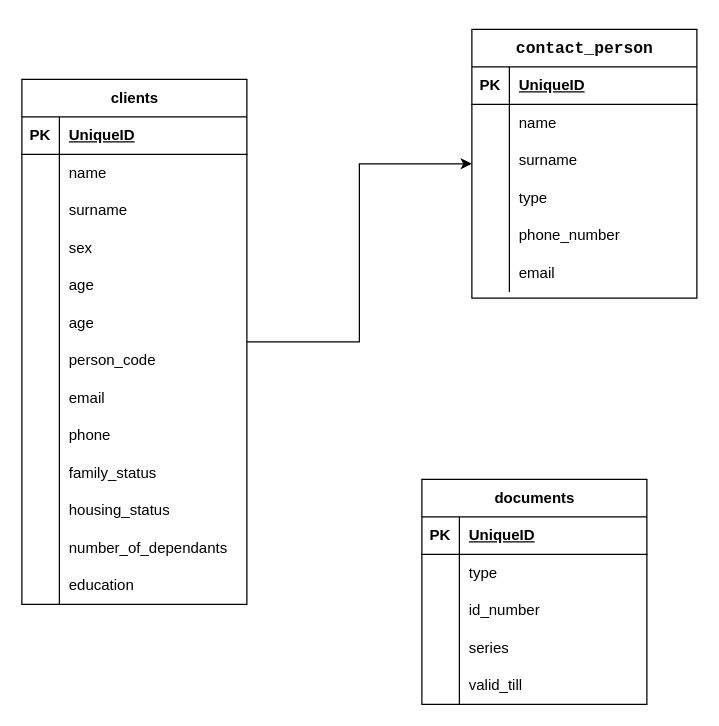
The draw.io diagram Untitled Diagram(2).drawio in LA-87/diagram, before the edit. Source tidied: cells renumbered, new cells numbered last; positions are measured from the earlier drawing's top-left corner, leaving out a move shared by most shapes. Both pictures are drawn from the tidied source at 125%, with x=0, y=0 at pixel (21, 29).
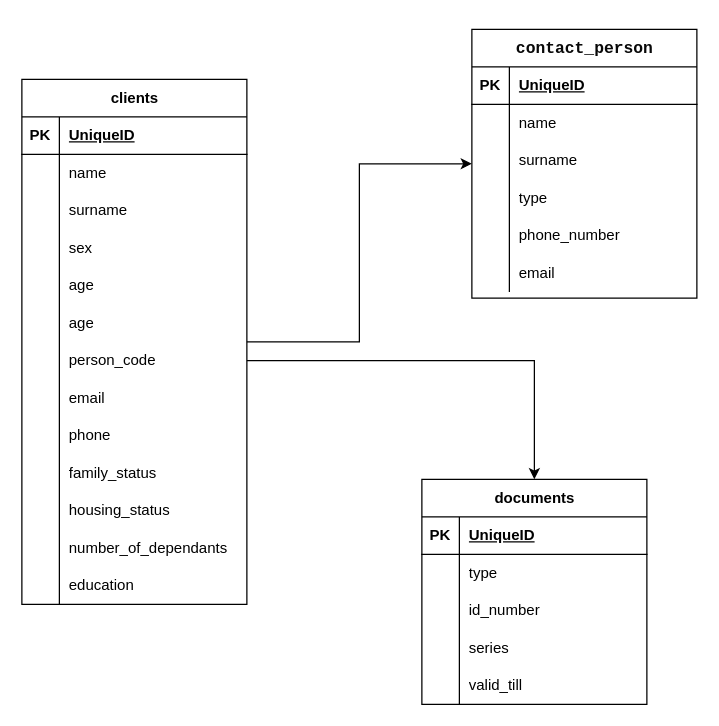
The same diagram, later.

The change refers to these unchanged cells:
```xml
<mxCell id="22" style="shape=tableRow;horizontal=0;startSize=0;swimlaneHead=0;swimlaneBody=0;fillColor=none;points=[[0,0.5],[1,0.5]];portConstraint=eastwest;top=0;left=0;right=0;bottom=0;" parent="3" vertex="1">
  <mxGeometry y="210" width="180" height="30" as="geometry" />
</mxCell>
<mxCell id="62" value="documents" style="shape=table;startSize=30;childLayout=tableLayout;rowLines=0;fontStyle=1;align=center;html=1;" parent="1" vertex="1">
  <mxGeometry x="320" y="360" width="180" height="180" as="geometry" />
</mxCell>
```

The edit, as a diff of the source:
```diff
@@
+    <mxCell id="78" style="edgeStyle=orthogonalEdgeStyle;rounded=0;jettySize=auto;html=1;" parent="1" edge="1" source="22" target="62">
+      <mxGeometry relative="1" as="geometry" />
+    </mxCell>
```
